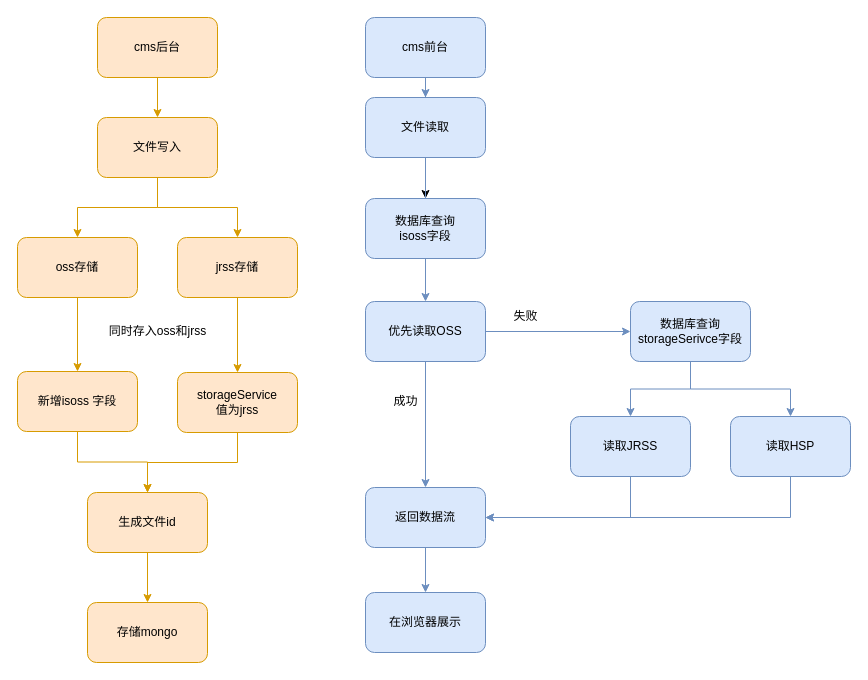
Before: oss存储流程.drawio in senyawang/drawio, a draw.io diagram. Source tidied: cells renumbered, new cells numbered last; positions are measured from the earlier drawing's top-left corner, leaving out a move shared by most shapes. Both pictures are drawn from the tidied source at 100%, with x=0, y=0 at pixel (17, 17).
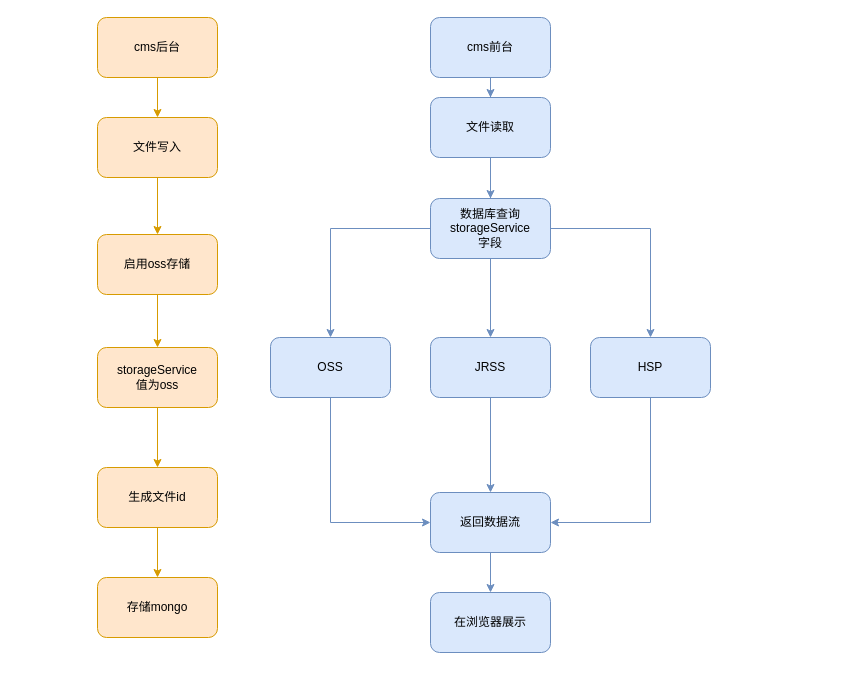
The same page after the edit.

Commit message:
更新oss存储流程.drawio

Unchanged cells that the change refers to:
```xml
<mxCell id="6" value="文件写入" style="whiteSpace=wrap;html=1;rounded=1;fillColor=#ffe6cc;strokeColor=#d79b00;" parent="1" vertex="1">
  <mxGeometry x="80" y="100" width="120" height="60" as="geometry" />
</mxCell>
```

The edit, as a diff of the source:
```diff
@@
-    <mxCell id="5" style="edgeStyle=orthogonalEdgeStyle;rounded=0;jettySize=auto;html=1;fillColor=#ffe6cc;strokeColor=#d79b00;" parent="1" edge="1" source="6" target="10">
-      <mxGeometry relative="1" as="geometry" />
-    </mxCell>
@@
-    <mxCell id="8" value="oss存储" style="whiteSpace=wrap;html=1;rounded=1;fillColor=#ffe6cc;strokeColor=#d79b00;" parent="1" vertex="1">
-      <mxGeometry y="220" width="120" height="60" as="geometry" />
+    <mxCell id="8" value="启用oss存储" style="whiteSpace=wrap;html=1;rounded=1;fillColor=#ffe6cc;strokeColor=#d79b00;" parent="1" vertex="1">
+      <mxGeometry x="80" y="217" width="120" height="60" as="geometry" />
     </mxCell>
-    <mxCell id="9" style="edgeStyle=orthogonalEdgeStyle;rounded=0;jettySize=auto;html=1;fillColor=#ffe6cc;strokeColor=#d79b00;" parent="1" edge="1" source="10" target="37">
-      <mxGeometry relative="1" as="geometry" />
-    </mxCell>
-    <mxCell id="10" value="jrss存储" style="whiteSpace=wrap;html=1;rounded=1;fillColor=#ffe6cc;strokeColor=#d79b00;" parent="1" vertex="1">
-      <mxGeometry x="160" y="220" width="120" height="60" as="geometry" />
-    </mxCell>
@@
     <mxCell id="12" value="cms前台" style="rounded=1;whiteSpace=wrap;html=1;fillColor=#dae8fc;strokeColor=#6c8ebf;" parent="1" vertex="1">
-      <mxGeometry x="348" width="120" height="60" as="geometry" />
+      <mxGeometry x="413" width="120" height="60" as="geometry" />
     </mxCell>
@@
-    <mxCell id="14" style="edgeStyle=orthogonalEdgeStyle;rounded=0;jettySize=auto;html=1;" parent="1" edge="1" source="15" target="32">
+    <mxCell id="14" style="edgeStyle=orthogonalEdgeStyle;rounded=0;jettySize=auto;html=1;fillColor=#dae8fc;strokeColor=#6c8ebf;" parent="1" edge="1" source="15" target="32">
       <mxGeometry relative="1" as="geometry" />
     </mxCell>
     <mxCell id="15" value="文件读取" style="rounded=1;whiteSpace=wrap;html=1;fillColor=#dae8fc;strokeColor=#6c8ebf;" parent="1" vertex="1">
-      <mxGeometry x="348" y="80" width="120" height="60" as="geometry" />
+      <mxGeometry x="413" y="80" width="120" height="60" as="geometry" />
     </mxCell>
-    <mxCell id="16" style="edgeStyle=orthogonalEdgeStyle;rounded=0;jettySize=auto;html=1;fillColor=#dae8fc;strokeColor=#6c8ebf;" parent="1" edge="1" source="18" target="20">
+    <mxCell id="16" style="edgeStyle=orthogonalEdgeStyle;rounded=0;jettySize=auto;html=1;exitX=0.5;exitY=1;exitDx=0;exitDy=0;entryX=0;entryY=0.5;entryDx=0;entryDy=0;fillColor=#dae8fc;strokeColor=#6c8ebf;" parent="1" edge="1" source="18" target="20">
       <mxGeometry relative="1" as="geometry" />
     </mxCell>
-    <mxCell id="17" style="edgeStyle=orthogonalEdgeStyle;rounded=0;jettySize=auto;html=1;fillColor=#dae8fc;strokeColor=#6c8ebf;entryX=0;entryY=0.5;entryDx=0;entryDy=0;" parent="1" edge="1" source="18" target="40">
-      <mxGeometry relative="1" as="geometry" />
-    </mxCell>
-    <mxCell id="18" value="优先读取OSS" style="rounded=1;whiteSpace=wrap;html=1;fillColor=#dae8fc;strokeColor=#6c8ebf;" parent="1" vertex="1">
-      <mxGeometry x="348" y="284" width="120" height="60" as="geometry" />
+    <mxCell id="18" value="OSS" style="rounded=1;whiteSpace=wrap;html=1;fillColor=#dae8fc;strokeColor=#6c8ebf;" parent="1" vertex="1">
+      <mxGeometry x="253" y="320" width="120" height="60" as="geometry" />
     </mxCell>
@@
     <mxCell id="20" value="返回数据流" style="rounded=1;whiteSpace=wrap;html=1;fillColor=#dae8fc;strokeColor=#6c8ebf;" parent="1" vertex="1">
-      <mxGeometry x="348" y="470" width="120" height="60" as="geometry" />
+      <mxGeometry x="413" y="475" width="120" height="60" as="geometry" />
     </mxCell>
-    <mxCell id="21" value="成功" style="text;html=1;align=center;verticalAlign=middle;" parent="1" vertex="1">
-      <mxGeometry x="363" y="369" width="50" height="30" as="geometry" />
-    </mxCell>
-    <mxCell id="22" style="edgeStyle=orthogonalEdgeStyle;rounded=0;jettySize=auto;html=1;exitX=0.5;exitY=1;exitDx=0;exitDy=0;entryX=1;entryY=0.5;entryDx=0;entryDy=0;fillColor=#dae8fc;strokeColor=#6c8ebf;" parent="1" edge="1" source="23" target="20">
+    <mxCell id="22" style="edgeStyle=orthogonalEdgeStyle;rounded=0;jettySize=auto;html=1;exitX=0.5;exitY=1;exitDx=0;exitDy=0;entryX=0.5;entryY=0;entryDx=0;entryDy=0;fillColor=#dae8fc;strokeColor=#6c8ebf;" parent="1" edge="1" source="23" target="20">
       <mxGeometry relative="1" as="geometry" />
     </mxCell>
-    <mxCell id="23" value="读取JRSS" style="rounded=1;whiteSpace=wrap;html=1;fillColor=#dae8fc;strokeColor=#6c8ebf;" parent="1" vertex="1">
-      <mxGeometry x="553" y="399" width="120" height="60" as="geometry" />
+    <mxCell id="23" value="JRSS" style="rounded=1;whiteSpace=wrap;html=1;fillColor=#dae8fc;strokeColor=#6c8ebf;" parent="1" vertex="1">
+      <mxGeometry x="413" y="320" width="120" height="60" as="geometry" />
     </mxCell>
-    <mxCell id="24" value="失败" style="text;html=1;align=center;verticalAlign=middle;" parent="1" vertex="1">
-      <mxGeometry x="483" y="284" width="50" height="30" as="geometry" />
-    </mxCell>
     <mxCell id="25" value="在浏览器展示" style="rounded=1;whiteSpace=wrap;html=1;fillColor=#dae8fc;strokeColor=#6c8ebf;" parent="1" vertex="1">
-      <mxGeometry x="348" y="575" width="120" height="60" as="geometry" />
+      <mxGeometry x="413" y="575" width="120" height="60" as="geometry" />
     </mxCell>
@@
     <mxCell id="27" value="生成文件id" style="whiteSpace=wrap;html=1;rounded=1;fillColor=#ffe6cc;strokeColor=#d79b00;" parent="1" vertex="1">
-      <mxGeometry x="70" y="475" width="120" height="60" as="geometry" />
+      <mxGeometry x="80" y="450" width="120" height="60" as="geometry" />
     </mxCell>
@@
-    <mxCell id="29" value="读取HSP" style="rounded=1;whiteSpace=wrap;html=1;fillColor=#dae8fc;strokeColor=#6c8ebf;" parent="1" vertex="1">
-      <mxGeometry x="713" y="399" width="120" height="60" as="geometry" />
+    <mxCell id="29" value="HSP" style="rounded=1;whiteSpace=wrap;html=1;fillColor=#dae8fc;strokeColor=#6c8ebf;" parent="1" vertex="1">
+      <mxGeometry x="573" y="320" width="120" height="60" as="geometry" />
     </mxCell>
     <mxCell id="30" value="存储mongo" style="whiteSpace=wrap;html=1;rounded=1;fillColor=#ffe6cc;strokeColor=#d79b00;" parent="1" vertex="1">
-      <mxGeometry x="70" y="585" width="120" height="60" as="geometry" />
+      <mxGeometry x="80" y="560" width="120" height="60" as="geometry" />
     </mxCell>
-    <mxCell id="31" value="同时存入oss和jrss" style="text;html=1;align=center;verticalAlign=middle;" parent="1" vertex="1">
-      <mxGeometry x="80" y="299" width="120" height="30" as="geometry" />
-    </mxCell>
+    <mxCell id="41" style="edgeStyle=orthogonalEdgeStyle;rounded=0;jettySize=auto;html=1;exitX=0.5;exitY=1;exitDx=0;exitDy=0;fillColor=#dae8fc;strokeColor=#6c8ebf;" parent="1" edge="1" source="32" target="23">
+      <mxGeometry relative="1" as="geometry" />
+    </mxCell>
+    <mxCell id="42" style="edgeStyle=orthogonalEdgeStyle;rounded=0;jettySize=auto;html=1;exitX=1;exitY=0.5;exitDx=0;exitDy=0;entryX=0.5;entryY=0;entryDx=0;entryDy=0;fillColor=#dae8fc;strokeColor=#6c8ebf;" parent="1" edge="1" source="32" target="29">
+      <mxGeometry relative="1" as="geometry" />
+    </mxCell>
-    <mxCell id="32" value="数据库查询&lt;br&gt;isoss字段" style="rounded=1;whiteSpace=wrap;html=1;fillColor=#dae8fc;strokeColor=#6c8ebf;" parent="1" vertex="1">
-      <mxGeometry x="348" y="181" width="120" height="60" as="geometry" />
+    <mxCell id="32" value="数据库查询&lt;br&gt;storageService&lt;br&gt;字段" style="rounded=1;whiteSpace=wrap;html=1;fillColor=#dae8fc;strokeColor=#6c8ebf;" parent="1" vertex="1">
+      <mxGeometry x="413" y="181" width="120" height="60" as="geometry" />
     </mxCell>
@@
-    <mxCell id="35" value="新增isoss 字段" style="whiteSpace=wrap;html=1;rounded=1;fillColor=#ffe6cc;strokeColor=#d79b00;" parent="1" vertex="1">
-      <mxGeometry y="354" width="120" height="60" as="geometry" />
+    <mxCell id="35" value="storageService&lt;br&gt;值为oss" style="whiteSpace=wrap;html=1;rounded=1;fillColor=#ffe6cc;strokeColor=#d79b00;" parent="1" vertex="1">
+      <mxGeometry x="80" y="330" width="120" height="60" as="geometry" />
     </mxCell>
-    <mxCell id="36" style="edgeStyle=orthogonalEdgeStyle;rounded=0;jettySize=auto;html=1;exitX=0.5;exitY=1;exitDx=0;exitDy=0;entryX=0.5;entryY=0;entryDx=0;entryDy=0;fillColor=#ffe6cc;strokeColor=#d79b00;" parent="1" edge="1" source="37" target="27">
-      <mxGeometry relative="1" as="geometry" />
-    </mxCell>
-    <mxCell id="37" value="storageService&lt;br&gt;值为jrss" style="whiteSpace=wrap;html=1;rounded=1;fillColor=#ffe6cc;strokeColor=#d79b00;" parent="1" vertex="1">
-      <mxGeometry x="160" y="355" width="120" height="60" as="geometry" />
-    </mxCell>
-    <mxCell id="38" style="edgeStyle=orthogonalEdgeStyle;rounded=0;jettySize=auto;html=1;exitX=0.5;exitY=1;exitDx=0;exitDy=0;entryX=0.5;entryY=0;entryDx=0;entryDy=0;fillColor=#dae8fc;strokeColor=#6c8ebf;" parent="1" edge="1" source="40" target="23">
-      <mxGeometry relative="1" as="geometry" />
-    </mxCell>
-    <mxCell id="39" style="edgeStyle=orthogonalEdgeStyle;rounded=0;jettySize=auto;html=1;exitX=0.5;exitY=1;exitDx=0;exitDy=0;entryX=0.5;entryY=0;entryDx=0;entryDy=0;fillColor=#dae8fc;strokeColor=#6c8ebf;" parent="1" edge="1" source="40" target="29">
-      <mxGeometry relative="1" as="geometry" />
-    </mxCell>
-    <mxCell id="40" value="数据库查询&lt;br&gt;storageSerivce字段" style="rounded=1;whiteSpace=wrap;html=1;fillColor=#dae8fc;strokeColor=#6c8ebf;" parent="1" vertex="1">
-      <mxGeometry x="613" y="284" width="120" height="60" as="geometry" />
-    </mxCell>
```
